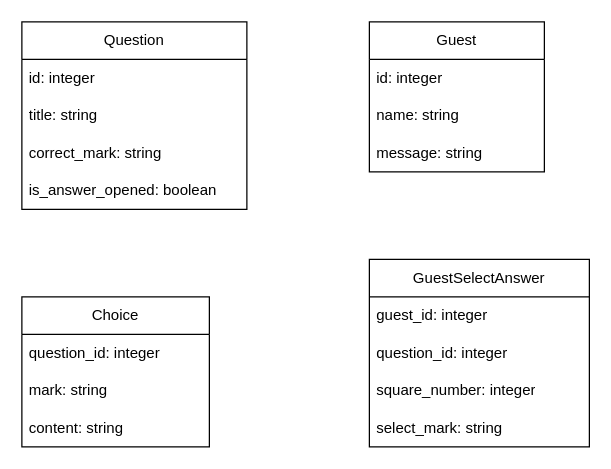
The draw.io diagram page "ページ1" (1 of 3) of BingoQuiz.drawio in tomoya092013/BingoQuiz, before the edit. Source tidied: cells renumbered, new cells numbered last; positions are measured from the earlier drawing's top-left corner, leaving out a move shared by most shapes. Both pictures are drawn from the tidied source at 125%, with x=0, y=0 at pixel (21, 21).
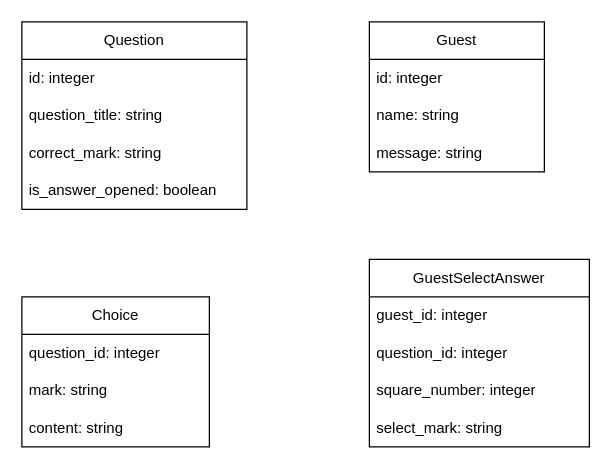
The same diagram, later.

What changed in the source:
```diff
@@
 <mxGraphModel>
   <root>
     <mxCell id="0" />
     <mxCell id="1" parent="0" />
     <mxCell id="2" value="Question" style="swimlane;fontStyle=0;horizontal=1;startSize=30;whiteSpace=wrap;html=1;" parent="1" vertex="1">
       <mxGeometry width="180" height="150" as="geometry" />
     </mxCell>
     <mxCell id="3" value="id: integer" style="text;strokeColor=none;fillColor=none;align=left;verticalAlign=middle;spacingLeft=4;spacingRight=4;overflow=hidden;whiteSpace=wrap;html=1;" parent="2" vertex="1">
       <mxGeometry y="30" width="180" height="30" as="geometry" />
     </mxCell>
-    <mxCell id="4" value="title: string" style="text;strokeColor=none;fillColor=none;align=left;verticalAlign=middle;spacingLeft=4;spacingRight=4;overflow=hidden;whiteSpace=wrap;html=1;" parent="2" vertex="1">
+    <mxCell id="4" value="question_title: string" style="text;strokeColor=none;fillColor=none;align=left;verticalAlign=middle;spacingLeft=4;spacingRight=4;overflow=hidden;whiteSpace=wrap;html=1;" parent="2" vertex="1">
       <mxGeometry y="60" width="180" height="30" as="geometry" />
     </mxCell>
     <mxCell id="5" value="correct_mark: string" style="text;strokeColor=none;fillColor=none;align=left;verticalAlign=middle;spacingLeft=4;spacingRight=4;overflow=hidden;whiteSpace=wrap;html=1;" parent="2" vertex="1">
       <mxGeometry y="90" width="180" height="30" as="geometry" />
     </mxCell>
     <mxCell id="6" value="is_answer_opened: boolean" style="text;strokeColor=none;fillColor=none;align=left;verticalAlign=middle;spacingLeft=4;spacingRight=4;overflow=hidden;whiteSpace=wrap;html=1;" parent="2" vertex="1">
       <mxGeometry y="120" width="180" height="30" as="geometry" />
     </mxCell>
     <mxCell id="7" value="Choice" style="swimlane;fontStyle=0;horizontal=1;startSize=30;whiteSpace=wrap;html=1;" parent="1" vertex="1">
       <mxGeometry y="220" width="150" height="120" as="geometry" />
     </mxCell>
     <mxCell id="8" value="question_id: integer" style="text;strokeColor=none;fillColor=none;align=left;verticalAlign=middle;spacingLeft=4;spacingRight=4;overflow=hidden;whiteSpace=wrap;html=1;" parent="7" vertex="1">
       <mxGeometry y="30" width="150" height="30" as="geometry" />
     </mxCell>
     <mxCell id="9" value="mark: string" style="text;strokeColor=none;fillColor=none;align=left;verticalAlign=middle;spacingLeft=4;spacingRight=4;overflow=hidden;whiteSpace=wrap;html=1;" parent="7" vertex="1">
       <mxGeometry y="60" width="150" height="30" as="geometry" />
     </mxCell>
     <mxCell id="10" value="content: string" style="text;strokeColor=none;fillColor=none;align=left;verticalAlign=middle;spacingLeft=4;spacingRight=4;overflow=hidden;whiteSpace=wrap;html=1;" parent="7" vertex="1">
       <mxGeometry y="90" width="150" height="30" as="geometry" />
     </mxCell>
     <mxCell id="11" value="Guest" style="swimlane;fontStyle=0;horizontal=1;startSize=30;whiteSpace=wrap;html=1;" parent="1" vertex="1">
       <mxGeometry x="278" width="140" height="120" as="geometry" />
     </mxCell>
     <mxCell id="12" value="id: integer" style="text;strokeColor=none;fillColor=none;align=left;verticalAlign=middle;spacingLeft=4;spacingRight=4;overflow=hidden;whiteSpace=wrap;html=1;" parent="11" vertex="1">
       <mxGeometry y="30" width="140" height="30" as="geometry" />
     </mxCell>
     <mxCell id="13" value="name: string" style="text;strokeColor=none;fillColor=none;align=left;verticalAlign=middle;spacingLeft=4;spacingRight=4;overflow=hidden;whiteSpace=wrap;html=1;" parent="11" vertex="1">
       <mxGeometry y="60" width="140" height="30" as="geometry" />
     </mxCell>
     <mxCell id="14" value="message: string" style="text;strokeColor=none;fillColor=none;align=left;verticalAlign=middle;spacingLeft=4;spacingRight=4;overflow=hidden;whiteSpace=wrap;html=1;" parent="11" vertex="1">
       <mxGeometry y="90" width="140" height="30" as="geometry" />
     </mxCell>
     <mxCell id="15" value="GuestSelectAnswer" style="swimlane;fontStyle=0;horizontal=1;startSize=30;whiteSpace=wrap;html=1;" parent="1" vertex="1">
       <mxGeometry x="278" y="190" width="176" height="150" as="geometry" />
     </mxCell>
     <mxCell id="16" value="guest_id: integer" style="text;strokeColor=none;fillColor=none;align=left;verticalAlign=middle;spacingLeft=4;spacingRight=4;overflow=hidden;whiteSpace=wrap;html=1;" parent="15" vertex="1">
       <mxGeometry y="30" width="176" height="30" as="geometry" />
     </mxCell>
     <mxCell id="17" value="question_id: integer" style="text;strokeColor=none;fillColor=none;align=left;verticalAlign=middle;spacingLeft=4;spacingRight=4;overflow=hidden;whiteSpace=wrap;html=1;" parent="15" vertex="1">
       <mxGeometry y="60" width="176" height="30" as="geometry" />
     </mxCell>
     <mxCell id="18" value="square_number: integer" style="text;strokeColor=none;fillColor=none;align=left;verticalAlign=middle;spacingLeft=4;spacingRight=4;overflow=hidden;whiteSpace=wrap;html=1;" parent="15" vertex="1">
       <mxGeometry y="90" width="176" height="30" as="geometry" />
     </mxCell>
     <mxCell id="19" value="select_mark: string" style="text;strokeColor=none;fillColor=none;align=left;verticalAlign=middle;spacingLeft=4;spacingRight=4;overflow=hidden;whiteSpace=wrap;html=1;" parent="15" vertex="1">
       <mxGeometry y="120" width="176" height="30" as="geometry" />
     </mxCell>
   </root>
 </mxGraphModel>
```
